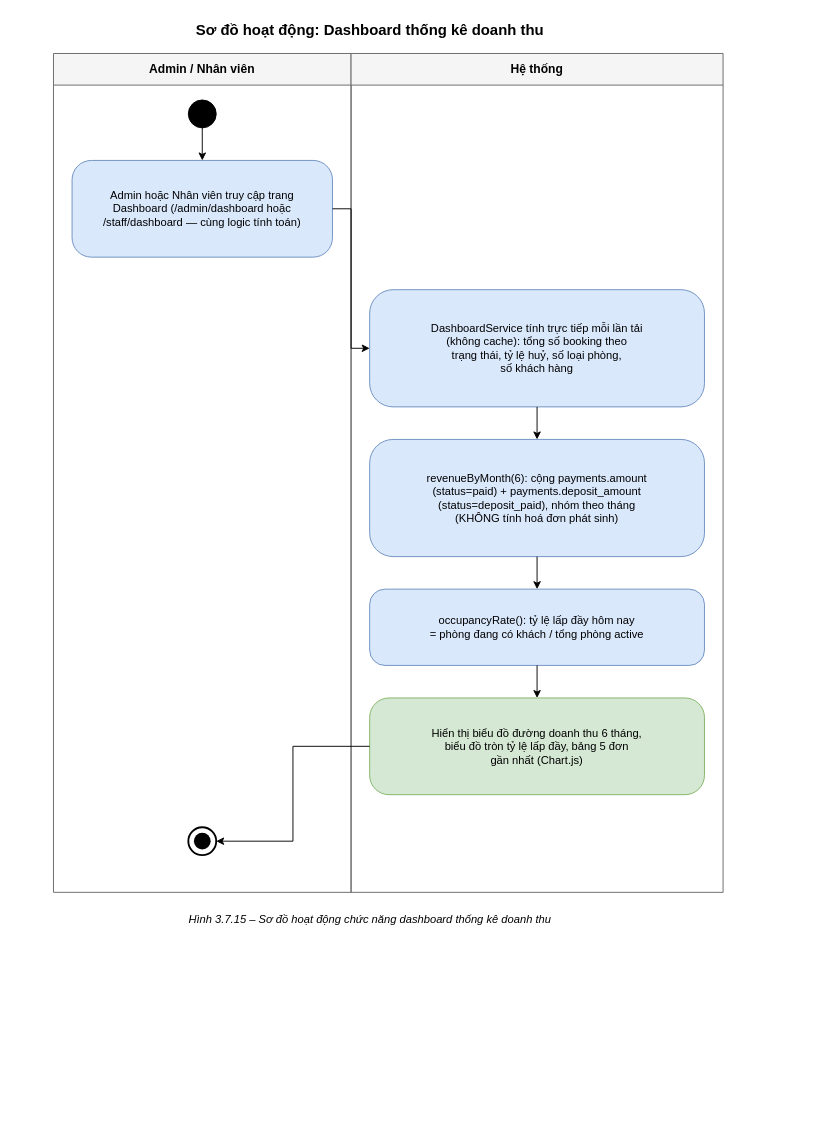
The draw.io diagram docs/use-cases/diagrams/3.7.15-dashboard-doanh-thu.drawio in namanhtu1512-boop/homi-hotel-booking, before the edit. Source tidied: cells renumbered, new cells numbered last; positions are measured from the earlier drawing's top-left corner, leaving out a move shared by most shapes. Both pictures are drawn from the tidied source at 93%, with x=0, y=0 at pixel (16, 16).
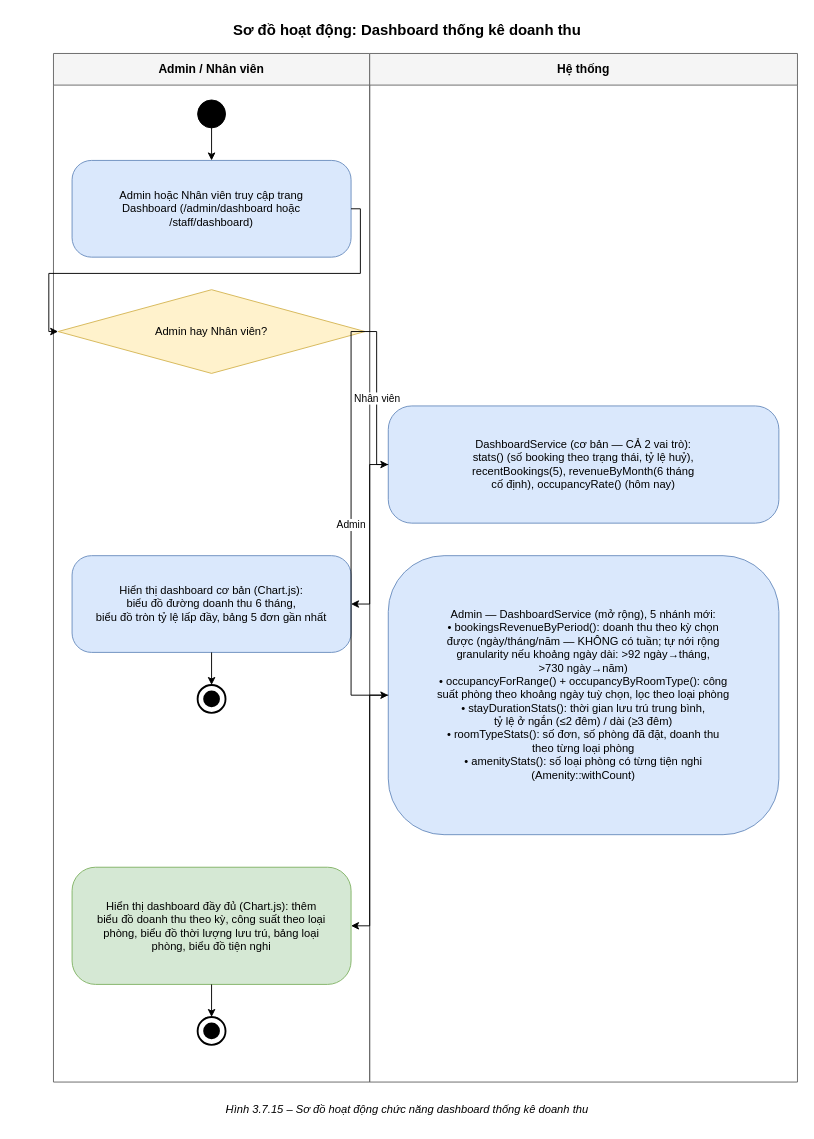
After the change.

Diff of the diagram source:
```diff
@@
     <mxCell id="2" value="Sơ đồ hoạt động: Dashboard thống kê doanh thu" style="text;html=1;align=center;verticalAlign=middle;fontSize=16;fontStyle=1;" parent="1" vertex="1">
-      <mxGeometry width="760" height="30" as="geometry" />
+      <mxGeometry width="840" height="30" as="geometry" />
     </mxCell>
     <mxCell id="3" value="Admin / Nhân viên" style="swimlane;whiteSpace=wrap;html=1;startSize=34;horizontal=1;fontStyle=1;fontSize=13;fillColor=#f5f5f5;strokeColor=#666666;" parent="1" vertex="1">
-      <mxGeometry x="40" y="40" width="320" height="902" as="geometry" />
+      <mxGeometry x="40" y="40" width="340" height="1106" as="geometry" />
     </mxCell>
     <mxCell id="4" value="Hệ thống" style="swimlane;whiteSpace=wrap;html=1;startSize=34;horizontal=1;fontStyle=1;fontSize=13;fillColor=#f5f5f5;strokeColor=#666666;" parent="1" vertex="1">
-      <mxGeometry x="360" y="40" width="400" height="902" as="geometry" />
+      <mxGeometry x="380" y="40" width="460" height="1106" as="geometry" />
     </mxCell>
     <mxCell id="5" style="ellipse;whiteSpace=wrap;html=1;fillColor=#000000;strokeColor=#000000;" parent="1" vertex="1">
-      <mxGeometry x="185" y="90" width="30" height="30" as="geometry" />
+      <mxGeometry x="195" y="90" width="30" height="30" as="geometry" />
     </mxCell>
-    <mxCell id="6" value="Admin hoặc Nhân viên truy cập trang&#10;Dashboard (/admin/dashboard hoặc&#10;/staff/dashboard — cùng logic tính toán)" style="rounded=1;whiteSpace=wrap;html=1;fillColor=#dae8fc;strokeColor=#6c8ebf;arcSize=20;" parent="1" vertex="1">
-      <mxGeometry x="60" y="155" width="280" height="104" as="geometry" />
+    <mxCell id="6" value="Admin hoặc Nhân viên truy cập trang&#10;Dashboard (/admin/dashboard hoặc&#10;/staff/dashboard)" style="rounded=1;whiteSpace=wrap;html=1;fillColor=#dae8fc;strokeColor=#6c8ebf;arcSize=20;" parent="1" vertex="1">
+      <mxGeometry x="60" y="155" width="300" height="104" as="geometry" />
     </mxCell>
-    <mxCell id="7" value="DashboardService tính trực tiếp mỗi lần tải&#10;(không cache): tổng số booking theo&#10;trạng thái, tỷ lệ huỷ, số loại phòng,&#10;số khách hàng" style="rounded=1;whiteSpace=wrap;html=1;fillColor=#dae8fc;strokeColor=#6c8ebf;arcSize=20;" parent="1" vertex="1">
-      <mxGeometry x="380" y="294" width="360" height="126" as="geometry" />
+    <mxCell id="7" value="Admin hay Nhân viên?" style="rhombus;whiteSpace=wrap;html=1;fillColor=#fff2cc;strokeColor=#d6b656;" parent="1" vertex="1">
+      <mxGeometry x="45" y="294" width="330" height="90" as="geometry" />
     </mxCell>
-    <mxCell id="8" value="revenueByMonth(6): cộng payments.amount&#10;(status=paid) + payments.deposit_amount&#10;(status=deposit_paid), nhóm theo tháng&#10;(KHÔNG tính hoá đơn phát sinh)" style="rounded=1;whiteSpace=wrap;html=1;fillColor=#dae8fc;strokeColor=#6c8ebf;arcSize=20;" parent="1" vertex="1">
-      <mxGeometry x="380" y="455" width="360" height="126" as="geometry" />
+    <mxCell id="8" value="DashboardService (cơ bản — CẢ 2 vai trò):&#10;stats() (số booking theo trạng thái, tỷ lệ huỷ),&#10;recentBookings(5), revenueByMonth(6 tháng&#10;cố định), occupancyRate() (hôm nay)" style="rounded=1;whiteSpace=wrap;html=1;fillColor=#dae8fc;strokeColor=#6c8ebf;arcSize=20;" parent="1" vertex="1">
+      <mxGeometry x="400" y="419" width="420" height="126" as="geometry" />
     </mxCell>
-    <mxCell id="9" value="occupancyRate(): tỷ lệ lấp đầy hôm nay&#10;= phòng đang có khách / tổng phòng active" style="rounded=1;whiteSpace=wrap;html=1;fillColor=#dae8fc;strokeColor=#6c8ebf;arcSize=20;" parent="1" vertex="1">
-      <mxGeometry x="380" y="616" width="360" height="82" as="geometry" />
+    <mxCell id="9" value="Hiển thị dashboard cơ bản (Chart.js):&#10;biểu đồ đường doanh thu 6 tháng,&#10;biểu đồ tròn tỷ lệ lấp đầy, bảng 5 đơn gần nhất" style="rounded=1;whiteSpace=wrap;html=1;fillColor=#dae8fc;strokeColor=#6c8ebf;arcSize=20;" parent="1" vertex="1">
+      <mxGeometry x="60" y="580" width="300" height="104" as="geometry" />
     </mxCell>
-    <mxCell id="10" value="Hiển thị biểu đồ đường doanh thu 6 tháng,&#10;biểu đồ tròn tỷ lệ lấp đầy, bảng 5 đơn&#10;gần nhất (Chart.js)" style="rounded=1;whiteSpace=wrap;html=1;fillColor=#d5e8d4;strokeColor=#82b366;arcSize=20;" parent="1" vertex="1">
-      <mxGeometry x="380" y="733" width="360" height="104" as="geometry" />
+    <mxCell id="10" style="ellipse;whiteSpace=wrap;html=1;fillColor=#ffffff;strokeColor=#000000;strokeWidth=2;" parent="1" vertex="1">
+      <mxGeometry x="195" y="719" width="30" height="30" as="geometry" />
     </mxCell>
-    <mxCell id="11" style="ellipse;whiteSpace=wrap;html=1;fillColor=#ffffff;strokeColor=#000000;strokeWidth=2;" parent="1" vertex="1">
-      <mxGeometry x="185" y="872" width="30" height="30" as="geometry" />
+    <mxCell id="11" style="ellipse;whiteSpace=wrap;html=1;fillColor=#000000;strokeColor=none;" parent="1" vertex="1">
+      <mxGeometry x="201" y="725" width="18" height="18" as="geometry" />
     </mxCell>
-    <mxCell id="12" style="ellipse;whiteSpace=wrap;html=1;fillColor=#000000;strokeColor=none;" parent="1" vertex="1">
-      <mxGeometry x="191" y="878" width="18" height="18" as="geometry" />
+    <mxCell id="12" value="Admin — DashboardService (mở rộng), 5 nhánh mới:&#10;• bookingsRevenueByPeriod(): doanh thu theo kỳ chọn&#10;  được (ngày/tháng/năm — KHÔNG có tuần; tự nới rộng&#10;  granularity nếu khoảng ngày dài: &gt;92 ngày→tháng,&#10;  &gt;730 ngày→năm)&#10;• occupancyForRange() + occupancyByRoomType(): công&#10;  suất phòng theo khoảng ngày tuỳ chọn, lọc theo loại phòng&#10;• stayDurationStats(): thời gian lưu trú trung bình,&#10;  tỷ lệ ở ngắn (≤2 đêm) / dài (≥3 đêm)&#10;• roomTypeStats(): số đơn, số phòng đã đặt, doanh thu&#10;  theo từng loại phòng&#10;• amenityStats(): số loại phòng có từng tiện nghi&#10;  (Amenity::withCount)" style="rounded=1;whiteSpace=wrap;html=1;fillColor=#dae8fc;strokeColor=#6c8ebf;arcSize=20;" parent="1" vertex="1">
+      <mxGeometry x="400" y="580" width="420" height="300" as="geometry" />
     </mxCell>
-    <mxCell id="13" style="edgeStyle=orthogonalEdgeStyle;rounded=0;html=1;exitX=0.5;exitY=1;exitDx=0;exitDy=0;entryX=0.5;entryY=0;entryDx=0;entryDy=0;" parent="1" edge="1" source="5" target="6">
-      <mxGeometry relative="1" as="geometry" />
-    </mxCell>
-    <mxCell id="14" style="edgeStyle=orthogonalEdgeStyle;rounded=0;html=1;exitX=1;exitY=0.5;exitDx=0;exitDy=0;entryX=0;entryY=0.5;entryDx=0;entryDy=0;" parent="1" edge="1" source="6" target="7">
-      <mxGeometry relative="1" as="geometry" />
-    </mxCell>
-    <mxCell id="15" style="edgeStyle=orthogonalEdgeStyle;rounded=0;html=1;exitX=0.5;exitY=1;exitDx=0;exitDy=0;entryX=0.5;entryY=0;entryDx=0;entryDy=0;" parent="1" edge="1" source="7" target="8">
-      <mxGeometry relative="1" as="geometry" />
-    </mxCell>
+    <mxCell id="20" value="Hiển thị dashboard đầy đủ (Chart.js): thêm&#10;biểu đồ doanh thu theo kỳ, công suất theo loại&#10;phòng, biểu đồ thời lượng lưu trú, bảng loại&#10;phòng, biểu đồ tiện nghi" style="rounded=1;whiteSpace=wrap;html=1;fillColor=#d5e8d4;strokeColor=#82b366;arcSize=20;" parent="1" vertex="1">
+      <mxGeometry x="60" y="915" width="300" height="126" as="geometry" />
+    </mxCell>
+    <mxCell id="21" style="ellipse;whiteSpace=wrap;html=1;fillColor=#ffffff;strokeColor=#000000;strokeWidth=2;" parent="1" vertex="1">
+      <mxGeometry x="195" y="1076" width="30" height="30" as="geometry" />
+    </mxCell>
+    <mxCell id="22" style="ellipse;whiteSpace=wrap;html=1;fillColor=#000000;strokeColor=none;" parent="1" vertex="1">
+      <mxGeometry x="201" y="1082" width="18" height="18" as="geometry" />
+    </mxCell>
-    <mxCell id="16" style="edgeStyle=orthogonalEdgeStyle;rounded=0;html=1;exitX=0.5;exitY=1;exitDx=0;exitDy=0;entryX=0.5;entryY=0;entryDx=0;entryDy=0;" parent="1" edge="1" source="8" target="9">
+    <mxCell id="16" style="edgeStyle=orthogonalEdgeStyle;rounded=0;html=1;exitX=0.5;exitY=1;exitDx=0;exitDy=0;entryX=0.5;entryY=0;entryDx=0;entryDy=0;" parent="1" edge="1" source="5" target="6">
       <mxGeometry relative="1" as="geometry" />
     </mxCell>
-    <mxCell id="17" style="edgeStyle=orthogonalEdgeStyle;rounded=0;html=1;exitX=0.5;exitY=1;exitDx=0;exitDy=0;entryX=0.5;entryY=0;entryDx=0;entryDy=0;" parent="1" edge="1" source="9" target="10">
+    <mxCell id="17" style="edgeStyle=orthogonalEdgeStyle;rounded=0;html=1;exitX=1;exitY=0.5;exitDx=0;exitDy=0;entryX=0;entryY=0.5;entryDx=0;entryDy=0;" parent="1" edge="1" source="6" target="7">
       <mxGeometry relative="1" as="geometry" />
     </mxCell>
-    <mxCell id="18" style="edgeStyle=orthogonalEdgeStyle;rounded=0;html=1;exitX=0;exitY=0.5;exitDx=0;exitDy=0;entryX=1;entryY=0.5;entryDx=0;entryDy=0;" parent="1" edge="1" source="10" target="11">
+    <mxCell id="18" value="Nhân viên" style="edgeStyle=orthogonalEdgeStyle;rounded=0;html=1;exitX=1;exitY=0.5;exitDx=0;exitDy=0;entryX=0;entryY=0.5;entryDx=0;entryDy=0;" parent="1" edge="1" source="7" target="8">
       <mxGeometry relative="1" as="geometry" />
     </mxCell>
+    <mxCell id="23" value="Admin" style="edgeStyle=orthogonalEdgeStyle;rounded=0;html=1;exitX=1;exitY=0.5;exitDx=0;exitDy=0;entryX=0;entryY=0.5;entryDx=0;entryDy=0;" parent="1" edge="1" source="7" target="12">
+      <mxGeometry relative="1" as="geometry">
+        <Array as="points">
+          <mxPoint x="360" y="339" />
+          <mxPoint x="360" y="730" />
+        </Array>
+      </mxGeometry>
+    </mxCell>
+    <mxCell id="24" style="edgeStyle=orthogonalEdgeStyle;rounded=0;html=1;exitX=0;exitY=0.5;exitDx=0;exitDy=0;entryX=1;entryY=0.5;entryDx=0;entryDy=0;" parent="1" edge="1" source="8" target="9">
+      <mxGeometry relative="1" as="geometry" />
+    </mxCell>
+    <mxCell id="25" style="edgeStyle=orthogonalEdgeStyle;rounded=0;html=1;exitX=0.5;exitY=1;exitDx=0;exitDy=0;entryX=0.5;entryY=0;entryDx=0;entryDy=0;" parent="1" edge="1" source="9" target="10">
+      <mxGeometry relative="1" as="geometry" />
+    </mxCell>
+    <mxCell id="26" style="edgeStyle=orthogonalEdgeStyle;rounded=0;html=1;exitX=0;exitY=0.5;exitDx=0;exitDy=0;entryX=1;entryY=0.5;entryDx=0;entryDy=0;" parent="1" edge="1" source="12" target="20">
+      <mxGeometry relative="1" as="geometry" />
+    </mxCell>
+    <mxCell id="27" style="edgeStyle=orthogonalEdgeStyle;rounded=0;html=1;exitX=0.5;exitY=1;exitDx=0;exitDy=0;entryX=0.5;entryY=0;entryDx=0;entryDy=0;" parent="1" edge="1" source="20" target="21">
+      <mxGeometry relative="1" as="geometry" />
+    </mxCell>
     <mxCell id="19" value="Hình 3.7.15 – Sơ đồ hoạt động chức năng dashboard thống kê doanh thu" style="text;html=1;align=center;verticalAlign=middle;fontStyle=2;fontSize=12;" parent="1" vertex="1">
-      <mxGeometry y="957" width="760" height="30" as="geometry" />
+      <mxGeometry y="1161" width="840" height="30" as="geometry" />
     </mxCell>
```
